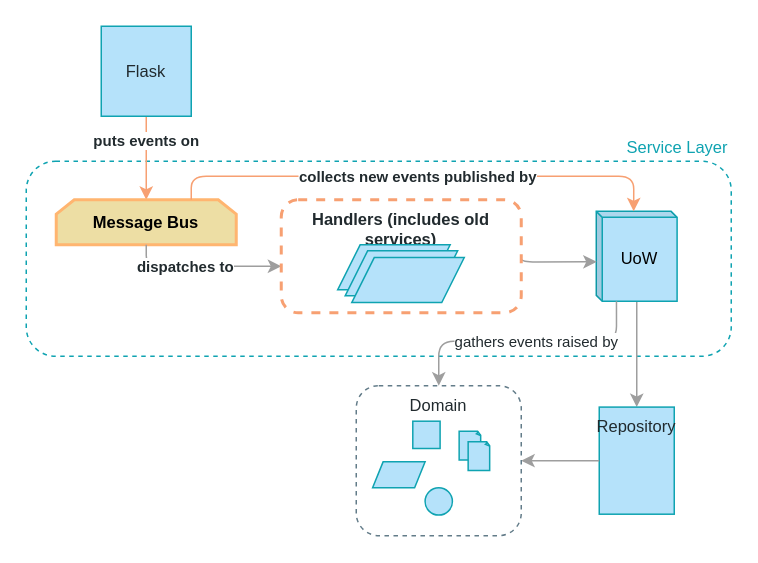
Above: page "Chapter 9" (7 of 11) of maps.drawio in cosmicpython/book (draw.io), before the change. Source tidied: cells renumbered, new cells numbered last; positions are measured from the earlier drawing's top-left corner, leaving out a move shared by most shapes. Both pictures are drawn from the tidied source at 150%, with x=0, y=0 at pixel (26, 26).
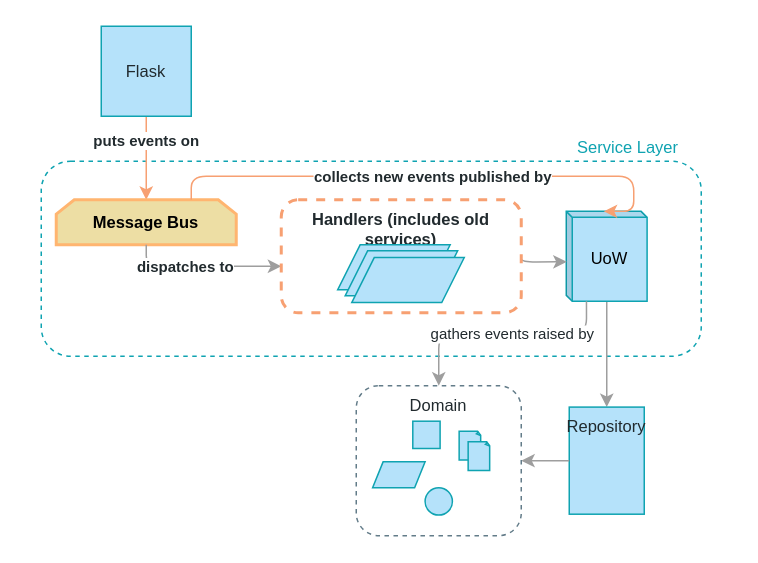
The same page after the edit.

The change refers to these unchanged cells:
```xml
<mxCell id="22" value="Domain" style="rounded=1;whiteSpace=wrap;html=1;fontFamily=Guardian Sans Cond Light;verticalAlign=top;fontSize=11;fontColor=#212A2E;fillColor=none;strokeColor=#637C89;dashed=1;" parent="21" vertex="1">
  <mxGeometry width="110" height="100" as="geometry" />
</mxCell>
```

Change to the diagram source:
```diff
@@
-    <mxCell id="2" value="Service Layer" style="rounded=1;whiteSpace=wrap;html=1;shadow=0;dashed=1;fontFamily=Guardian Sans Cond Light;fontSize=11;fontColor=#0FA3B1;align=right;strokeColor=#0FA3B1;gradientColor=#ffffff;fillColor=none;labelPosition=center;verticalLabelPosition=top;verticalAlign=bottom;" parent="1" vertex="1">
-      <mxGeometry y="90" width="470" height="130" as="geometry" />
+    <mxCell id="2" value="Service Layer" style="rounded=1;whiteSpace=wrap;html=1;shadow=0;dashed=1;fontFamily=Guardian Sans Cond Light;fontSize=11;fontColor=#0FA3B1;align=right;strokeColor=#0FA3B1;gradientColor=#ffffff;fillColor=none;labelPosition=center;verticalLabelPosition=top;verticalAlign=bottom;spacingRight=13;" parent="1" vertex="1">
+      <mxGeometry x="10" y="90" width="440" height="130" as="geometry" />
     </mxCell>
@@
     <mxCell id="6" value="UoW" style="shape=cube;whiteSpace=wrap;html=1;boundedLbl=1;backgroundOutline=1;darkOpacity=0.05;darkOpacity2=0.1;fontFamily=Guardian Sans Cond Light;fontSize=11;fontColor=#000000;align=center;strokeColor=#0FA3B1;fillColor=#B5E2FA;size=4;" parent="1" vertex="1">
-      <mxGeometry x="380" y="123.4" width="53.9" height="60" as="geometry" />
+      <mxGeometry x="360" y="123.4" width="53.9" height="60" as="geometry" />
     </mxCell>
@@
     <mxCell id="8" value="Repository" style="whiteSpace=wrap;html=1;strokeColor=#0FA3B1;fillColor=#B5E2FA;gradientColor=none;fontFamily=Guardian Sans Cond Light;fontSize=11;fontColor=#212A2E;verticalAlign=top;" parent="1" vertex="1">
-      <mxGeometry x="382" y="253.9" width="50" height="71.4" as="geometry" />
+      <mxGeometry x="362" y="253.9" width="50" height="71.4" as="geometry" />
     </mxCell>
     <mxCell id="9" value="gathers events raised by" style="edgeStyle=orthogonalEdgeStyle;jettySize=auto;html=1;strokeColor=#9E9E9E;fillColor=#B5E2FA;fontFamily=Guardian Sans Cond Light;fontSize=10;fontColor=#212A2E;exitX=0.25;exitY=1;exitDx=0;exitDy=0;entryX=0.5;entryY=0;entryDx=0;entryDy=0;" parent="1" edge="1" source="6" target="22">
       <mxGeometry x="-0.08" relative="1" as="geometry">
         <Array as="points">
-          <mxPoint x="394" y="210" />
-          <mxPoint x="275" y="210" />
+          <mxPoint x="374" y="205" />
+          <mxPoint x="275" y="205" />
         </Array>
       </mxGeometry>
     </mxCell>
```
